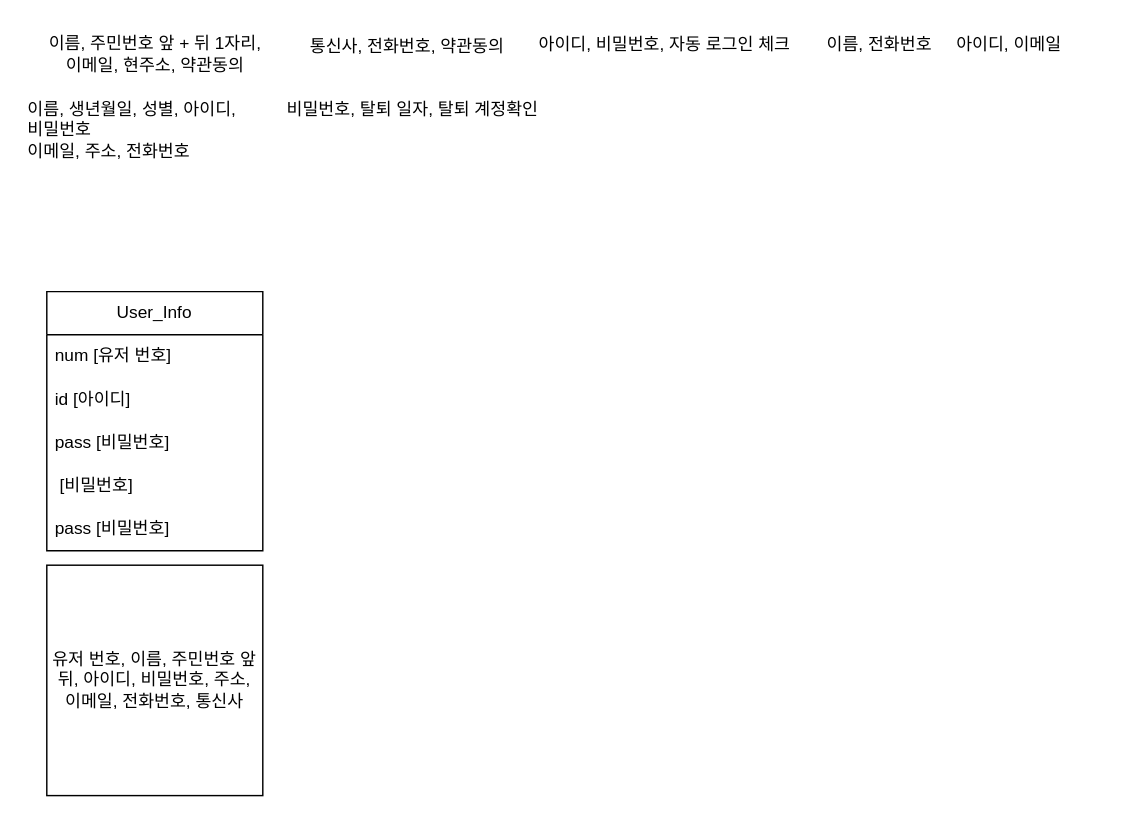
Earlier version of the draw.io diagram portfolio/To-do List ERD.drawio (D-o-H-w-a/SelfStudy). Source tidied: cells renumbered, new cells numbered last; positions are measured from the earlier drawing's top-left corner, leaving out a move shared by most shapes. Both pictures are drawn from the tidied source at 144%, with x=0, y=0 at pixel (24, 24).
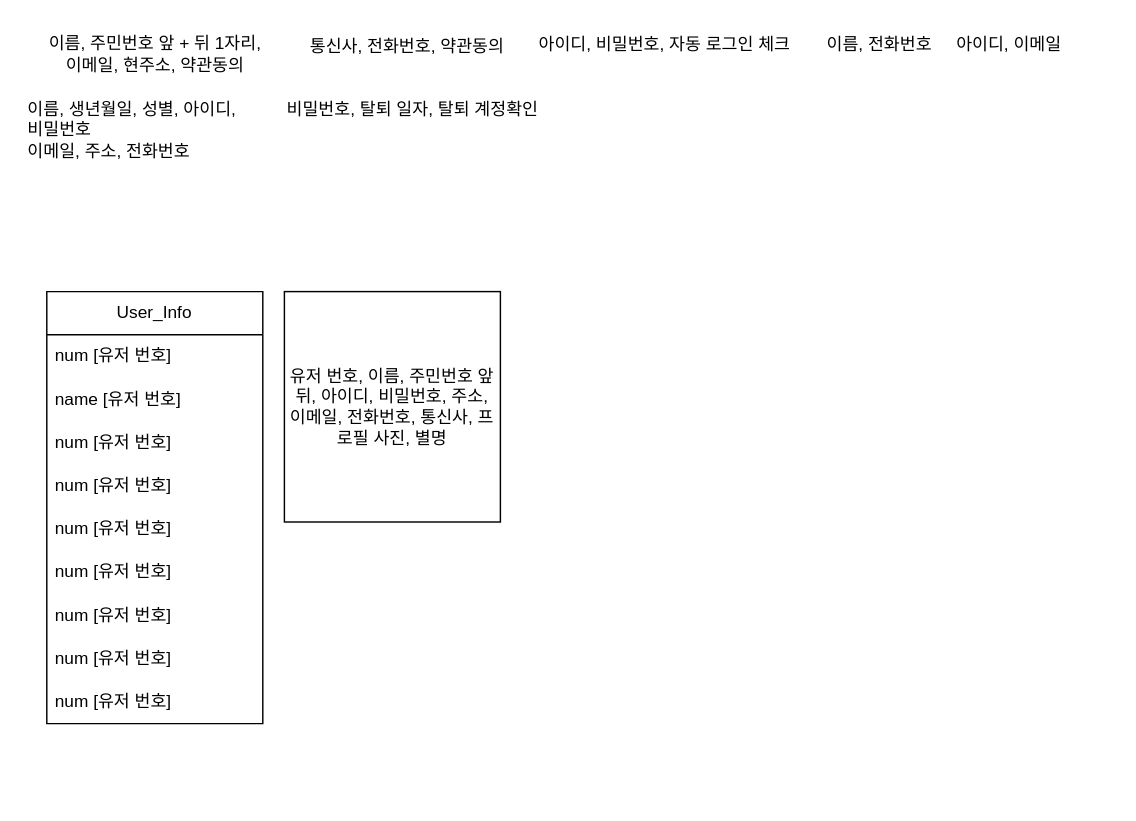
Above is the later version.

Commit message (it also covers changes not shown here):
요구사항 정의서 선택 데이터 추가 및 ERD 수정사항 저장

요구사항 정의서
[요구사항 ID 1번 란 선택 데이터 별명 추가]
회원가입 및 로그인 시트 수정
[필요데이터에 프로필 사진, 별명 추가작성]

What changed in the source:
```diff
@@
 <mxGraphModel>
   <root>
     <mxCell id="0" />
     <mxCell id="1" parent="0" />
     <mxCell id="2" value="User_Info" style="swimlane;fontStyle=0;horizontal=1;startSize=30;whiteSpace=wrap;html=1;" parent="1" vertex="1">
-      <mxGeometry x="15" y="185" width="150" height="180" as="geometry" />
+      <mxGeometry x="15" y="185" width="150" height="300" as="geometry" />
     </mxCell>
     <mxCell id="3" value="num [유저 번호]" style="text;strokeColor=none;fillColor=none;align=left;verticalAlign=middle;spacingLeft=4;spacingRight=4;overflow=hidden;whiteSpace=wrap;html=1;" parent="2" vertex="1">
       <mxGeometry y="30" width="150" height="30" as="geometry" />
     </mxCell>
-    <mxCell id="4" value="id [아이디]" style="text;strokeColor=none;fillColor=none;align=left;verticalAlign=middle;spacingLeft=4;spacingRight=4;overflow=hidden;whiteSpace=wrap;html=1;" parent="2" vertex="1">
-      <mxGeometry y="60" width="150" height="30" as="geometry" />
-    </mxCell>
-    <mxCell id="5" value="pass [비밀번호]" style="text;strokeColor=none;fillColor=none;align=left;verticalAlign=middle;spacingLeft=4;spacingRight=4;overflow=hidden;whiteSpace=wrap;html=1;" parent="2" vertex="1">
-      <mxGeometry y="90" width="150" height="30" as="geometry" />
-    </mxCell>
-    <mxCell id="6" value="&amp;nbsp;[비밀번호]" style="text;strokeColor=none;fillColor=none;align=left;verticalAlign=middle;spacingLeft=4;spacingRight=4;overflow=hidden;whiteSpace=wrap;html=1;" parent="2" vertex="1">
-      <mxGeometry y="120" width="150" height="30" as="geometry" />
-    </mxCell>
-    <mxCell id="7" value="pass [비밀번호]" style="text;strokeColor=none;fillColor=none;align=left;verticalAlign=middle;spacingLeft=4;spacingRight=4;overflow=hidden;whiteSpace=wrap;html=1;" parent="2" vertex="1">
-      <mxGeometry y="150" width="150" height="30" as="geometry" />
-    </mxCell>
+    <mxCell id="16" value="name [유저 번호]" style="text;strokeColor=none;fillColor=none;align=left;verticalAlign=middle;spacingLeft=4;spacingRight=4;overflow=hidden;whiteSpace=wrap;html=1;" parent="2" vertex="1">
+      <mxGeometry y="60" width="150" height="30" as="geometry" />
+    </mxCell>
+    <mxCell id="17" value="num [유저 번호]" style="text;strokeColor=none;fillColor=none;align=left;verticalAlign=middle;spacingLeft=4;spacingRight=4;overflow=hidden;whiteSpace=wrap;html=1;" parent="2" vertex="1">
+      <mxGeometry y="90" width="150" height="30" as="geometry" />
+    </mxCell>
+    <mxCell id="18" value="num [유저 번호]" style="text;strokeColor=none;fillColor=none;align=left;verticalAlign=middle;spacingLeft=4;spacingRight=4;overflow=hidden;whiteSpace=wrap;html=1;" parent="2" vertex="1">
+      <mxGeometry y="120" width="150" height="30" as="geometry" />
+    </mxCell>
+    <mxCell id="19" value="num [유저 번호]" style="text;strokeColor=none;fillColor=none;align=left;verticalAlign=middle;spacingLeft=4;spacingRight=4;overflow=hidden;whiteSpace=wrap;html=1;" parent="2" vertex="1">
+      <mxGeometry y="150" width="150" height="30" as="geometry" />
+    </mxCell>
+    <mxCell id="20" value="num [유저 번호]" style="text;strokeColor=none;fillColor=none;align=left;verticalAlign=middle;spacingLeft=4;spacingRight=4;overflow=hidden;whiteSpace=wrap;html=1;" parent="2" vertex="1">
+      <mxGeometry y="180" width="150" height="30" as="geometry" />
+    </mxCell>
+    <mxCell id="21" value="num [유저 번호]" style="text;strokeColor=none;fillColor=none;align=left;verticalAlign=middle;spacingLeft=4;spacingRight=4;overflow=hidden;whiteSpace=wrap;html=1;" parent="2" vertex="1">
+      <mxGeometry y="210" width="150" height="30" as="geometry" />
+    </mxCell>
+    <mxCell id="22" value="num [유저 번호]" style="text;strokeColor=none;fillColor=none;align=left;verticalAlign=middle;spacingLeft=4;spacingRight=4;overflow=hidden;whiteSpace=wrap;html=1;" parent="2" vertex="1">
+      <mxGeometry y="240" width="150" height="30" as="geometry" />
+    </mxCell>
+    <mxCell id="23" value="num [유저 번호]" style="text;strokeColor=none;fillColor=none;align=left;verticalAlign=middle;spacingLeft=4;spacingRight=4;overflow=hidden;whiteSpace=wrap;html=1;" parent="2" vertex="1">
+      <mxGeometry y="270" width="150" height="30" as="geometry" />
+    </mxCell>
     <mxCell id="8" value="&lt;div&gt;이름, 주민번호 앞 + 뒤 1자리,&lt;/div&gt;&lt;div&gt;이메일, 현주소, 약관동의&lt;/div&gt;" style="text;html=1;align=center;verticalAlign=middle;strokeColor=none;fillColor=none;" parent="1" vertex="1">
       <mxGeometry width="180" height="40" as="geometry" />
     </mxCell>
     <mxCell id="9" value="통신사, 전화번호, 약관동의" style="text;html=1;align=center;verticalAlign=middle;strokeColor=none;fillColor=none;" parent="1" vertex="1">
       <mxGeometry x="180" width="170" height="30" as="geometry" />
     </mxCell>
     <mxCell id="10" value="아이디, 비밀번호, 자동 로그인 체크" style="text;whiteSpace=wrap;" parent="1" vertex="1">
       <mxGeometry x="355" width="220" height="40" as="geometry" />
     </mxCell>
     <mxCell id="11" value="이름, 전화번호" style="text;whiteSpace=wrap;" parent="1" vertex="1">
       <mxGeometry x="555" width="110" height="40" as="geometry" />
     </mxCell>
     <mxCell id="12" value="아이디, 이메일" style="text;whiteSpace=wrap;" parent="1" vertex="1">
       <mxGeometry x="645" width="110" height="40" as="geometry" />
     </mxCell>
     <mxCell id="13" value="이름, 생년월일, 성별, 아이디,&#10;비밀번호&#10;이메일, 주소, 전화번호" style="text;whiteSpace=wrap;" parent="1" vertex="1">
       <mxGeometry y="45" width="190" height="70" as="geometry" />
     </mxCell>
     <mxCell id="14" value="비밀번호, 탈퇴 일자, 탈퇴 계정확인" style="text;whiteSpace=wrap;" parent="1" vertex="1">
       <mxGeometry x="180" y="45" width="220" height="40" as="geometry" />
     </mxCell>
-    <mxCell id="15" value="유저 번호, 이름, 주민번호 앞 뒤, 아이디, 비밀번호, 주소, 이메일, 전화번호, 통신사" style="rounded=0;whiteSpace=wrap;html=1;" parent="1" vertex="1">
-      <mxGeometry x="15" y="375" width="150" height="160" as="geometry" />
+    <mxCell id="15" value="유저 번호, 이름, 주민번호 앞 뒤, 아이디, 비밀번호, 주소, 이메일, 전화번호, 통신사, 프로필 사진, 별명" style="rounded=0;whiteSpace=wrap;html=1;" parent="1" vertex="1">
+      <mxGeometry x="180" y="185" width="150" height="160" as="geometry" />
     </mxCell>
   </root>
 </mxGraphModel>
```
